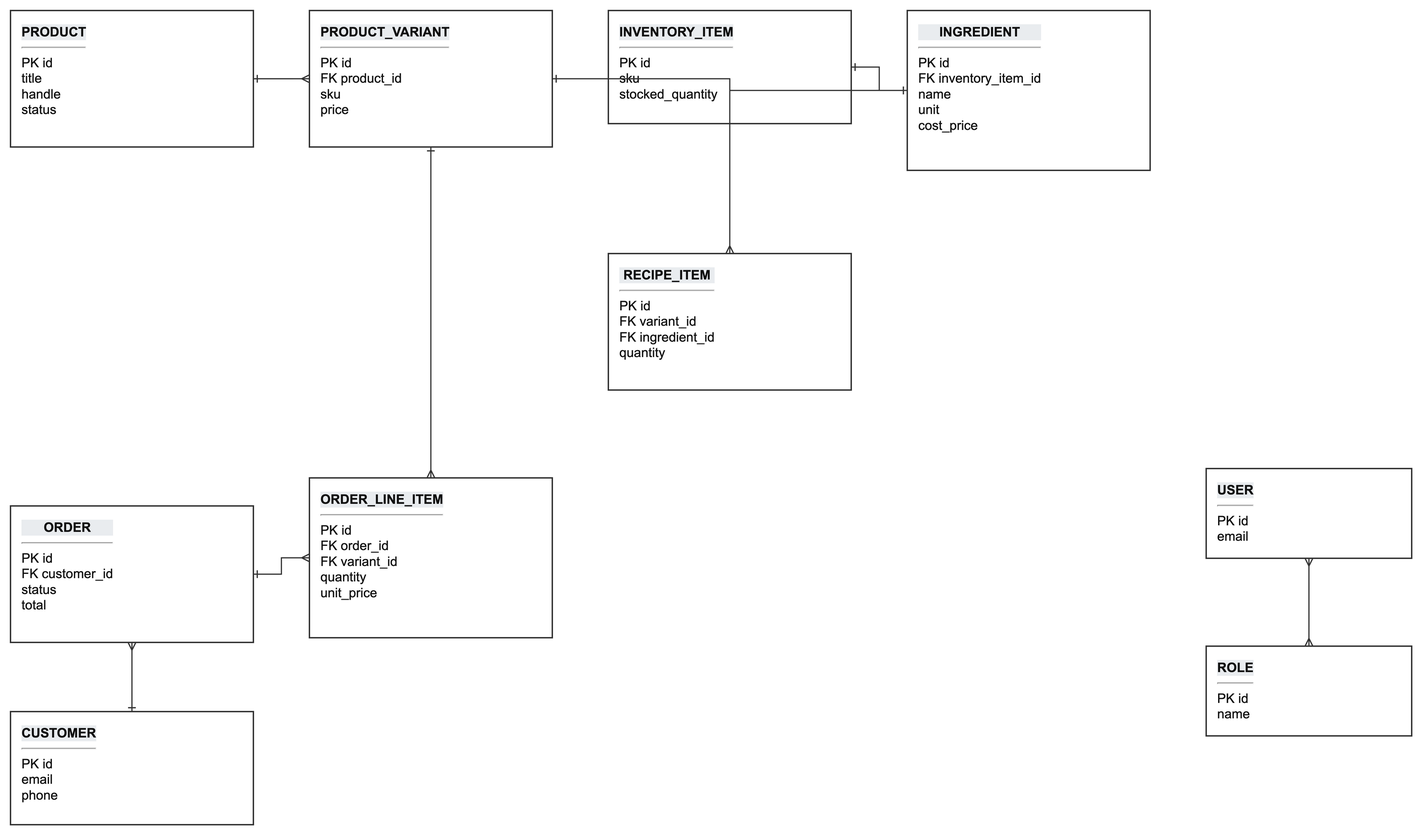
Earlier version of the draw.io export docs/report/images/erd.drawio.png (pathust/mong.fruitboxz). Source tidied: cells renumbered, new cells last; positions are measured from the earlier drawing's top-left corner, leaving out a move shared by most shapes.
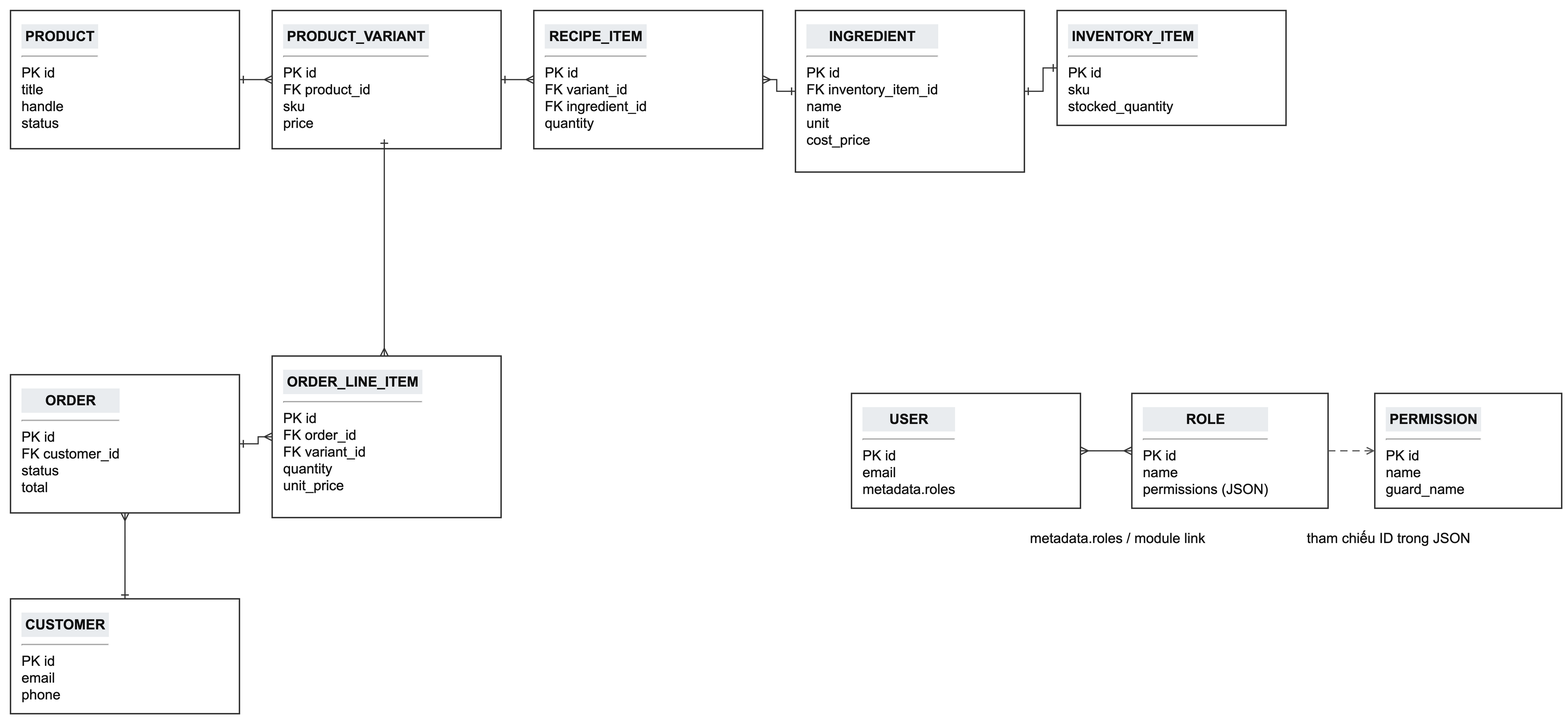
The same file after the commit.

Diff of the diagram source:
```diff
@@ -2,63 +2,74 @@
   <root>
     <mxCell id="0" />
     <mxCell id="1" parent="0" />
-    <mxCell id="2" value="&lt;div style='text-align:center;background:#E9ECEF'&gt;&lt;b&gt;PRODUCT&lt;/b&gt;&lt;/div&gt;&lt;hr&gt;&lt;div&gt;PK id&lt;/div&gt;&lt;div&gt;title&lt;/div&gt;&lt;div&gt;handle&lt;/div&gt;&lt;div&gt;status&lt;/div&gt;" style="rounded=0;whiteSpace=wrap;html=1;align=left;verticalAlign=top;spacingLeft=10;spacingTop=8;fillColor=#FFFFFF;strokeColor=#333333;strokeWidth=1.5;fontFamily=Arial;fontSize=14;fontColor=#111111;" parent="1" vertex="1">
-      <mxGeometry width="260" height="146" as="geometry" />
+    <mxCell id="2" value="&lt;div style='text-align:center;background:#E9ECEF;padding:4px'&gt;&lt;b&gt;PRODUCT&lt;/b&gt;&lt;/div&gt;&lt;hr&gt;&lt;div&gt;PK id&lt;/div&gt;&lt;div&gt;title&lt;/div&gt;&lt;div&gt;handle&lt;/div&gt;&lt;div&gt;status&lt;/div&gt;" style="rounded=0;whiteSpace=wrap;html=1;align=left;verticalAlign=top;spacingLeft=10;spacingTop=8;fillColor=#FFFFFF;strokeColor=#333333;strokeWidth=1.5;fontFamily=Arial;fontSize=15;fontColor=#111111;" parent="1" vertex="1">
+      <mxGeometry x="-20" y="-10" width="245" height="148" as="geometry" />
     </mxCell>
-    <mxCell id="3" value="&lt;div style='text-align:center;background:#E9ECEF'&gt;&lt;b&gt;PRODUCT_VARIANT&lt;/b&gt;&lt;/div&gt;&lt;hr&gt;&lt;div&gt;PK id&lt;/div&gt;&lt;div&gt;FK product_id&lt;/div&gt;&lt;div&gt;sku&lt;/div&gt;&lt;div&gt;price&lt;/div&gt;" style="rounded=0;whiteSpace=wrap;html=1;align=left;verticalAlign=top;spacingLeft=10;spacingTop=8;fillColor=#FFFFFF;strokeColor=#333333;strokeWidth=1.5;fontFamily=Arial;fontSize=14;fontColor=#111111;" parent="1" vertex="1">
-      <mxGeometry x="320" width="260" height="146" as="geometry" />
+    <mxCell id="3" value="&lt;div style='text-align:center;background:#E9ECEF;padding:4px'&gt;&lt;b&gt;PRODUCT_VARIANT&lt;/b&gt;&lt;/div&gt;&lt;hr&gt;&lt;div&gt;PK id&lt;/div&gt;&lt;div&gt;FK product_id&lt;/div&gt;&lt;div&gt;sku&lt;/div&gt;&lt;div&gt;price&lt;/div&gt;" style="rounded=0;whiteSpace=wrap;html=1;align=left;verticalAlign=top;spacingLeft=10;spacingTop=8;fillColor=#FFFFFF;strokeColor=#333333;strokeWidth=1.5;fontFamily=Arial;fontSize=15;fontColor=#111111;" parent="1" vertex="1">
+      <mxGeometry x="260" y="-10" width="245" height="148" as="geometry" />
     </mxCell>
+    <mxCell id="6" value="&lt;div style='text-align:center;background:#E9ECEF;padding:4px'&gt;&lt;b&gt;RECIPE_ITEM&lt;/b&gt;&lt;/div&gt;&lt;hr&gt;&lt;div&gt;PK id&lt;/div&gt;&lt;div&gt;FK variant_id&lt;/div&gt;&lt;div&gt;FK ingredient_id&lt;/div&gt;&lt;div&gt;quantity&lt;/div&gt;" style="rounded=0;whiteSpace=wrap;html=1;align=left;verticalAlign=top;spacingLeft=10;spacingTop=8;fillColor=#FFFFFF;strokeColor=#333333;strokeWidth=1.5;fontFamily=Arial;fontSize=15;fontColor=#111111;" parent="1" vertex="1">
+      <mxGeometry x="540" y="-10" width="245" height="148" as="geometry" />
+    </mxCell>
+    <mxCell id="5" value="&lt;div style='text-align:center;background:#E9ECEF;padding:4px'&gt;&lt;b&gt;INGREDIENT&lt;/b&gt;&lt;/div&gt;&lt;hr&gt;&lt;div&gt;PK id&lt;/div&gt;&lt;div&gt;FK inventory_item_id&lt;/div&gt;&lt;div&gt;name&lt;/div&gt;&lt;div&gt;unit&lt;/div&gt;&lt;div&gt;cost_price&lt;/div&gt;" style="rounded=0;whiteSpace=wrap;html=1;align=left;verticalAlign=top;spacingLeft=10;spacingTop=8;fillColor=#FFFFFF;strokeColor=#333333;strokeWidth=1.5;fontFamily=Arial;fontSize=15;fontColor=#111111;" parent="1" vertex="1">
+      <mxGeometry x="820" y="-10" width="245" height="173" as="geometry" />
+    </mxCell>
-    <mxCell id="4" value="&lt;div style='text-align:center;background:#E9ECEF'&gt;&lt;b&gt;INVENTORY_ITEM&lt;/b&gt;&lt;/div&gt;&lt;hr&gt;&lt;div&gt;PK id&lt;/div&gt;&lt;div&gt;sku&lt;/div&gt;&lt;div&gt;stocked_quantity&lt;/div&gt;" style="rounded=0;whiteSpace=wrap;html=1;align=left;verticalAlign=top;spacingLeft=10;spacingTop=8;fillColor=#FFFFFF;strokeColor=#333333;strokeWidth=1.5;fontFamily=Arial;fontSize=14;fontColor=#111111;" parent="1" vertex="1">
-      <mxGeometry x="640" width="260" height="121" as="geometry" />
+    <mxCell id="4" value="&lt;div style='text-align:center;background:#E9ECEF;padding:4px'&gt;&lt;b&gt;INVENTORY_ITEM&lt;/b&gt;&lt;/div&gt;&lt;hr&gt;&lt;div&gt;PK id&lt;/div&gt;&lt;div&gt;sku&lt;/div&gt;&lt;div&gt;stocked_quantity&lt;/div&gt;" style="rounded=0;whiteSpace=wrap;html=1;align=left;verticalAlign=top;spacingLeft=10;spacingTop=8;fillColor=#FFFFFF;strokeColor=#333333;strokeWidth=1.5;fontFamily=Arial;fontSize=15;fontColor=#111111;" parent="1" vertex="1">
+      <mxGeometry x="1100" y="-10" width="245" height="123" as="geometry" />
     </mxCell>
-    <mxCell id="5" value="&lt;div style='text-align:center;background:#E9ECEF'&gt;&lt;b&gt;INGREDIENT&lt;/b&gt;&lt;/div&gt;&lt;hr&gt;&lt;div&gt;PK id&lt;/div&gt;&lt;div&gt;FK inventory_item_id&lt;/div&gt;&lt;div&gt;name&lt;/div&gt;&lt;div&gt;unit&lt;/div&gt;&lt;div&gt;cost_price&lt;/div&gt;" style="rounded=0;whiteSpace=wrap;html=1;align=left;verticalAlign=top;spacingLeft=10;spacingTop=8;fillColor=#FFFFFF;strokeColor=#333333;strokeWidth=1.5;fontFamily=Arial;fontSize=14;fontColor=#111111;" parent="1" vertex="1">
-      <mxGeometry x="960" width="260" height="171" as="geometry" />
-    </mxCell>
-    <mxCell id="6" value="&lt;div style='text-align:center;background:#E9ECEF'&gt;&lt;b&gt;RECIPE_ITEM&lt;/b&gt;&lt;/div&gt;&lt;hr&gt;&lt;div&gt;PK id&lt;/div&gt;&lt;div&gt;FK variant_id&lt;/div&gt;&lt;div&gt;FK ingredient_id&lt;/div&gt;&lt;div&gt;quantity&lt;/div&gt;" style="rounded=0;whiteSpace=wrap;html=1;align=left;verticalAlign=top;spacingLeft=10;spacingTop=8;fillColor=#FFFFFF;strokeColor=#333333;strokeWidth=1.5;fontFamily=Arial;fontSize=14;fontColor=#111111;" parent="1" vertex="1">
-      <mxGeometry x="640" y="260" width="260" height="146" as="geometry" />
-    </mxCell>
+    <mxCell id="9" value="&lt;div style='text-align:center;background:#E9ECEF;padding:4px'&gt;&lt;b&gt;CUSTOMER&lt;/b&gt;&lt;/div&gt;&lt;hr&gt;&lt;div&gt;PK id&lt;/div&gt;&lt;div&gt;email&lt;/div&gt;&lt;div&gt;phone&lt;/div&gt;" style="rounded=0;whiteSpace=wrap;html=1;align=left;verticalAlign=top;spacingLeft=10;spacingTop=8;fillColor=#FFFFFF;strokeColor=#333333;strokeWidth=1.5;fontFamily=Arial;fontSize=15;fontColor=#111111;" parent="1" vertex="1">
+      <mxGeometry x="-20" y="620" width="245" height="123" as="geometry" />
+    </mxCell>
-    <mxCell id="7" value="&lt;div style='text-align:center;background:#E9ECEF'&gt;&lt;b&gt;ORDER&lt;/b&gt;&lt;/div&gt;&lt;hr&gt;&lt;div&gt;PK id&lt;/div&gt;&lt;div&gt;FK customer_id&lt;/div&gt;&lt;div&gt;status&lt;/div&gt;&lt;div&gt;total&lt;/div&gt;" style="rounded=0;whiteSpace=wrap;html=1;align=left;verticalAlign=top;spacingLeft=10;spacingTop=8;fillColor=#FFFFFF;strokeColor=#333333;strokeWidth=1.5;fontFamily=Arial;fontSize=14;fontColor=#111111;" parent="1" vertex="1">
-      <mxGeometry y="530" width="260" height="146" as="geometry" />
+    <mxCell id="7" value="&lt;div style='text-align:center;background:#E9ECEF;padding:4px'&gt;&lt;b&gt;ORDER&lt;/b&gt;&lt;/div&gt;&lt;hr&gt;&lt;div&gt;PK id&lt;/div&gt;&lt;div&gt;FK customer_id&lt;/div&gt;&lt;div&gt;status&lt;/div&gt;&lt;div&gt;total&lt;/div&gt;" style="rounded=0;whiteSpace=wrap;html=1;align=left;verticalAlign=top;spacingLeft=10;spacingTop=8;fillColor=#FFFFFF;strokeColor=#333333;strokeWidth=1.5;fontFamily=Arial;fontSize=15;fontColor=#111111;" parent="1" vertex="1">
+      <mxGeometry x="-20" y="380" width="245" height="148" as="geometry" />
     </mxCell>
-    <mxCell id="8" value="&lt;div style='text-align:center;background:#E9ECEF'&gt;&lt;b&gt;ORDER_LINE_ITEM&lt;/b&gt;&lt;/div&gt;&lt;hr&gt;&lt;div&gt;PK id&lt;/div&gt;&lt;div&gt;FK order_id&lt;/div&gt;&lt;div&gt;FK variant_id&lt;/div&gt;&lt;div&gt;quantity&lt;/div&gt;&lt;div&gt;unit_price&lt;/div&gt;" style="rounded=0;whiteSpace=wrap;html=1;align=left;verticalAlign=top;spacingLeft=10;spacingTop=8;fillColor=#FFFFFF;strokeColor=#333333;strokeWidth=1.5;fontFamily=Arial;fontSize=14;fontColor=#111111;" parent="1" vertex="1">
-      <mxGeometry x="320" y="500" width="260" height="171" as="geometry" />
+    <mxCell id="8" value="&lt;div style='text-align:center;background:#E9ECEF;padding:4px'&gt;&lt;b&gt;ORDER_LINE_ITEM&lt;/b&gt;&lt;/div&gt;&lt;hr&gt;&lt;div&gt;PK id&lt;/div&gt;&lt;div&gt;FK order_id&lt;/div&gt;&lt;div&gt;FK variant_id&lt;/div&gt;&lt;div&gt;quantity&lt;/div&gt;&lt;div&gt;unit_price&lt;/div&gt;" style="rounded=0;whiteSpace=wrap;html=1;align=left;verticalAlign=top;spacingLeft=10;spacingTop=8;fillColor=#FFFFFF;strokeColor=#333333;strokeWidth=1.5;fontFamily=Arial;fontSize=15;fontColor=#111111;" parent="1" vertex="1">
+      <mxGeometry x="260" y="360" width="245" height="173" as="geometry" />
     </mxCell>
-    <mxCell id="9" value="&lt;div style='text-align:center;background:#E9ECEF'&gt;&lt;b&gt;CUSTOMER&lt;/b&gt;&lt;/div&gt;&lt;hr&gt;&lt;div&gt;PK id&lt;/div&gt;&lt;div&gt;email&lt;/div&gt;&lt;div&gt;phone&lt;/div&gt;" style="rounded=0;whiteSpace=wrap;html=1;align=left;verticalAlign=top;spacingLeft=10;spacingTop=8;fillColor=#FFFFFF;strokeColor=#333333;strokeWidth=1.5;fontFamily=Arial;fontSize=14;fontColor=#111111;" parent="1" vertex="1">
-      <mxGeometry y="750" width="260" height="121" as="geometry" />
-    </mxCell>
-    <mxCell id="10" value="&lt;div style='text-align:center;background:#E9ECEF'&gt;&lt;b&gt;USER&lt;/b&gt;&lt;/div&gt;&lt;hr&gt;&lt;div&gt;PK id&lt;/div&gt;&lt;div&gt;email&lt;/div&gt;" style="rounded=0;whiteSpace=wrap;html=1;align=left;verticalAlign=top;spacingLeft=10;spacingTop=8;fillColor=#FFFFFF;strokeColor=#333333;strokeWidth=1.5;fontFamily=Arial;fontSize=14;fontColor=#111111;" parent="1" vertex="1">
-      <mxGeometry x="1280" y="490" width="220" height="96" as="geometry" />
+    <mxCell id="10" value="&lt;div style='text-align:center;background:#E9ECEF;padding:4px'&gt;&lt;b&gt;USER&lt;/b&gt;&lt;/div&gt;&lt;hr&gt;&lt;div&gt;PK id&lt;/div&gt;&lt;div&gt;email&lt;/div&gt;&lt;div&gt;metadata.roles&lt;/div&gt;" style="rounded=0;whiteSpace=wrap;html=1;align=left;verticalAlign=top;spacingLeft=10;spacingTop=8;fillColor=#FFFFFF;strokeColor=#333333;strokeWidth=1.5;fontFamily=Arial;fontSize=15;fontColor=#111111;" parent="1" vertex="1">
+      <mxGeometry x="880" y="400" width="245" height="123" as="geometry" />
     </mxCell>
-    <mxCell id="11" value="&lt;div style='text-align:center;background:#E9ECEF'&gt;&lt;b&gt;ROLE&lt;/b&gt;&lt;/div&gt;&lt;hr&gt;&lt;div&gt;PK id&lt;/div&gt;&lt;div&gt;name&lt;/div&gt;" style="rounded=0;whiteSpace=wrap;html=1;align=left;verticalAlign=top;spacingLeft=10;spacingTop=8;fillColor=#FFFFFF;strokeColor=#333333;strokeWidth=1.5;fontFamily=Arial;fontSize=14;fontColor=#111111;" parent="1" vertex="1">
-      <mxGeometry x="1280" y="680" width="220" height="96" as="geometry" />
+    <mxCell id="11" value="&lt;div style='text-align:center;background:#E9ECEF;padding:4px'&gt;&lt;b&gt;ROLE&lt;/b&gt;&lt;/div&gt;&lt;hr&gt;&lt;div&gt;PK id&lt;/div&gt;&lt;div&gt;name&lt;/div&gt;&lt;div&gt;permissions (JSON)&lt;/div&gt;" style="rounded=0;whiteSpace=wrap;html=1;align=left;verticalAlign=top;spacingLeft=10;spacingTop=8;fillColor=#FFFFFF;strokeColor=#333333;strokeWidth=1.5;fontFamily=Arial;fontSize=15;fontColor=#111111;" parent="1" vertex="1">
+      <mxGeometry x="1180" y="400" width="210" height="123" as="geometry" />
     </mxCell>
+    <mxCell id="20" value="&lt;div style='text-align:center;background:#E9ECEF;padding:4px'&gt;&lt;b&gt;PERMISSION&lt;/b&gt;&lt;/div&gt;&lt;hr&gt;&lt;div&gt;PK id&lt;/div&gt;&lt;div&gt;name&lt;/div&gt;&lt;div&gt;guard_name&lt;/div&gt;" style="rounded=0;whiteSpace=wrap;html=1;align=left;verticalAlign=top;spacingLeft=10;spacingTop=8;fillColor=#FFFFFF;strokeColor=#333333;strokeWidth=1.5;fontFamily=Arial;fontSize=15;fontColor=#111111;" parent="1" vertex="1">
+      <mxGeometry x="1440" y="400" width="200" height="123" as="geometry" />
+    </mxCell>
-    <mxCell id="12" style="edgeStyle=orthogonalEdgeStyle;rounded=0;jettySize=auto;html=1;endArrow=none;strokeColor=#333333;strokeWidth=1.3;fontFamily=Arial;fontSize=14;fontColor=#111111;startArrow=ERone;startFill=0;endArrow=ERmany;endFill=0;" parent="1" edge="1" source="2" target="3">
+    <mxCell id="12" style="edgeStyle=orthogonalEdgeStyle;rounded=0;jettySize=auto;html=1;endArrow=none;strokeColor=#333333;strokeWidth=1.3;fontFamily=Arial;fontSize=15;fontColor=#111111;startArrow=ERone;startFill=0;endArrow=ERmany;endFill=0;" parent="1" edge="1" source="2" target="3">
       <mxGeometry relative="1" as="geometry" />
     </mxCell>
-    <mxCell id="13" style="edgeStyle=orthogonalEdgeStyle;rounded=0;jettySize=auto;html=1;endArrow=none;strokeColor=#333333;strokeWidth=1.3;fontFamily=Arial;fontSize=14;fontColor=#111111;startArrow=ERone;startFill=0;endArrow=ERmany;endFill=0;" parent="1" edge="1" source="3" target="6">
+    <mxCell id="13" style="edgeStyle=orthogonalEdgeStyle;rounded=0;jettySize=auto;html=1;endArrow=none;strokeColor=#333333;strokeWidth=1.3;fontFamily=Arial;fontSize=15;fontColor=#111111;startArrow=ERone;startFill=0;endArrow=ERmany;endFill=0;" parent="1" edge="1" source="3" target="6">
       <mxGeometry relative="1" as="geometry" />
     </mxCell>
-    <mxCell id="14" style="edgeStyle=orthogonalEdgeStyle;rounded=0;jettySize=auto;html=1;endArrow=none;strokeColor=#333333;strokeWidth=1.3;fontFamily=Arial;fontSize=14;fontColor=#111111;startArrow=ERone;startFill=0;endArrow=ERmany;endFill=0;" parent="1" edge="1" source="5" target="6">
+    <mxCell id="14" style="edgeStyle=orthogonalEdgeStyle;rounded=0;jettySize=auto;html=1;endArrow=none;strokeColor=#333333;strokeWidth=1.3;fontFamily=Arial;fontSize=15;fontColor=#111111;startArrow=ERone;startFill=0;endArrow=ERmany;endFill=0;" parent="1" edge="1" source="5" target="6">
       <mxGeometry relative="1" as="geometry" />
     </mxCell>
-    <mxCell id="15" style="edgeStyle=orthogonalEdgeStyle;rounded=0;jettySize=auto;html=1;endArrow=none;strokeColor=#333333;strokeWidth=1.3;fontFamily=Arial;fontSize=14;fontColor=#111111;startArrow=ERone;startFill=0;endArrow=ERone;endFill=0;" parent="1" edge="1" source="5" target="4">
+    <mxCell id="15" style="edgeStyle=orthogonalEdgeStyle;rounded=0;jettySize=auto;html=1;endArrow=none;strokeColor=#333333;strokeWidth=1.3;fontFamily=Arial;fontSize=15;fontColor=#111111;startArrow=ERone;startFill=0;endArrow=ERone;endFill=0;" parent="1" edge="1" source="5" target="4">
       <mxGeometry relative="1" as="geometry" />
     </mxCell>
-    <mxCell id="16" style="edgeStyle=orthogonalEdgeStyle;rounded=0;jettySize=auto;html=1;endArrow=none;strokeColor=#333333;strokeWidth=1.3;fontFamily=Arial;fontSize=14;fontColor=#111111;startArrow=ERone;startFill=0;endArrow=ERmany;endFill=0;" parent="1" edge="1" source="7" target="8">
+    <mxCell id="16" style="edgeStyle=orthogonalEdgeStyle;rounded=0;jettySize=auto;html=1;endArrow=none;strokeColor=#333333;strokeWidth=1.3;fontFamily=Arial;fontSize=15;fontColor=#111111;startArrow=ERone;startFill=0;endArrow=ERmany;endFill=0;" parent="1" edge="1" source="7" target="8">
       <mxGeometry relative="1" as="geometry" />
     </mxCell>
-    <mxCell id="17" style="edgeStyle=orthogonalEdgeStyle;rounded=0;jettySize=auto;html=1;endArrow=none;strokeColor=#333333;strokeWidth=1.3;fontFamily=Arial;fontSize=14;fontColor=#111111;startArrow=ERone;startFill=0;endArrow=ERmany;endFill=0;" parent="1" edge="1" source="3" target="8">
-      <mxGeometry relative="1" as="geometry">
-        <Array as="points">
-          <mxPoint x="450" y="400" />
-        </Array>
-      </mxGeometry>
+    <mxCell id="17" style="edgeStyle=orthogonalEdgeStyle;rounded=0;jettySize=auto;html=1;endArrow=none;strokeColor=#333333;strokeWidth=1.3;fontFamily=Arial;fontSize=15;fontColor=#111111;startArrow=ERone;startFill=0;endArrow=ERmany;endFill=0;" parent="1" edge="1" source="9" target="7">
+      <mxGeometry relative="1" as="geometry" />
     </mxCell>
-    <mxCell id="18" style="edgeStyle=orthogonalEdgeStyle;rounded=0;jettySize=auto;html=1;endArrow=none;strokeColor=#333333;strokeWidth=1.3;fontFamily=Arial;fontSize=14;fontColor=#111111;startArrow=ERone;startFill=0;endArrow=ERmany;endFill=0;" parent="1" edge="1" source="9" target="7">
-      <mxGeometry relative="1" as="geometry" />
+    <mxCell id="18" style="edgeStyle=orthogonalEdgeStyle;rounded=0;orthogonalLoop=1;jettySize=auto;html=1;endArrow=none;strokeColor=#333333;strokeWidth=1.3;fontFamily=Arial;fontSize=15;fontColor=#111111;startArrow=ERone;startFill=0;endArrow=ERmany;endFill=0;" parent="1" edge="1">
+      <mxGeometry relative="1" as="geometry">
+        <mxPoint x="380" y="128" as="sourcePoint" />
+        <mxPoint x="380" y="360" as="targetPoint" />
+      </mxGeometry>
     </mxCell>
-    <mxCell id="19" style="edgeStyle=orthogonalEdgeStyle;rounded=0;jettySize=auto;html=1;endArrow=none;strokeColor=#333333;strokeWidth=1.3;fontFamily=Arial;fontSize=14;fontColor=#111111;startArrow=ERmany;startFill=0;endArrow=ERmany;endFill=0;" parent="1" edge="1" source="10" target="11">
+    <mxCell id="19" style="edgeStyle=orthogonalEdgeStyle;rounded=0;jettySize=auto;html=1;endArrow=none;strokeColor=#333333;strokeWidth=1.3;fontFamily=Arial;fontSize=15;fontColor=#111111;startArrow=ERmany;startFill=0;endArrow=ERmany;endFill=0;" parent="1" edge="1" source="10" target="11">
       <mxGeometry relative="1" as="geometry" />
     </mxCell>
+    <mxCell id="21" style="edgeStyle=orthogonalEdgeStyle;rounded=0;jettySize=auto;html=1;endArrow=open;endFill=0;dashed=1;dashPattern=6 4;strokeColor=#555555;strokeWidth=1.3;fontFamily=Arial;fontSize=15;fontColor=#111111;" parent="1" edge="1" source="11" target="20">
+      <mxGeometry relative="1" as="geometry" />
+    </mxCell>
+    <mxCell id="22" value="metadata.roles / module link" style="text;html=1;align=center;verticalAlign=middle;whiteSpace=wrap;fontFamily=Arial;fontSize=15;fontColor=#111111;" parent="1" vertex="1">
+      <mxGeometry x="1040" y="540" width="250" height="30" as="geometry" />
+    </mxCell>
+    <mxCell id="23" value="tham chiếu ID trong JSON" style="text;html=1;align=center;verticalAlign=middle;whiteSpace=wrap;fontFamily=Arial;fontSize=15;fontColor=#111111;" parent="1" vertex="1">
+      <mxGeometry x="1330" y="540" width="250" height="30" as="geometry" />
+    </mxCell>
   </root>
 </mxGraphModel>
```
